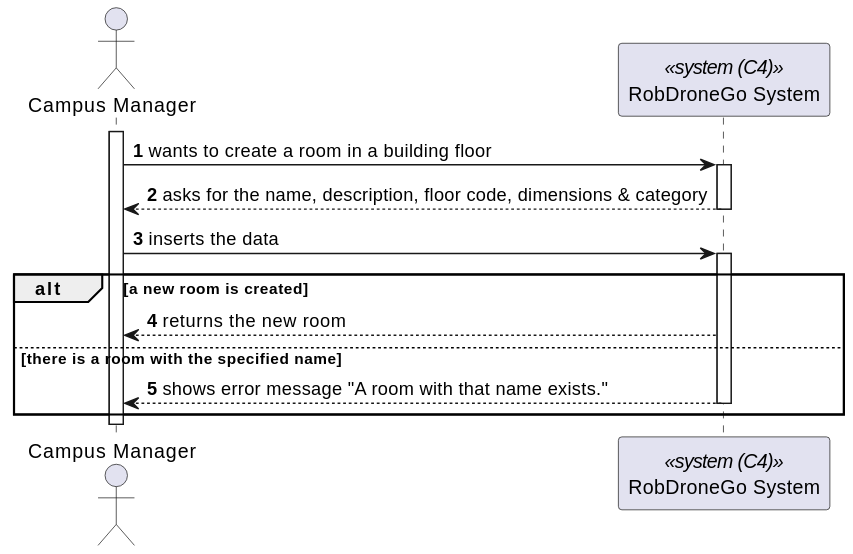
Above: _wiki/sprint-b/us48-1210/views/level-1/assets/process-view.svg in miseEnPlace-dev/lapr5 (PlantUML), before the change.
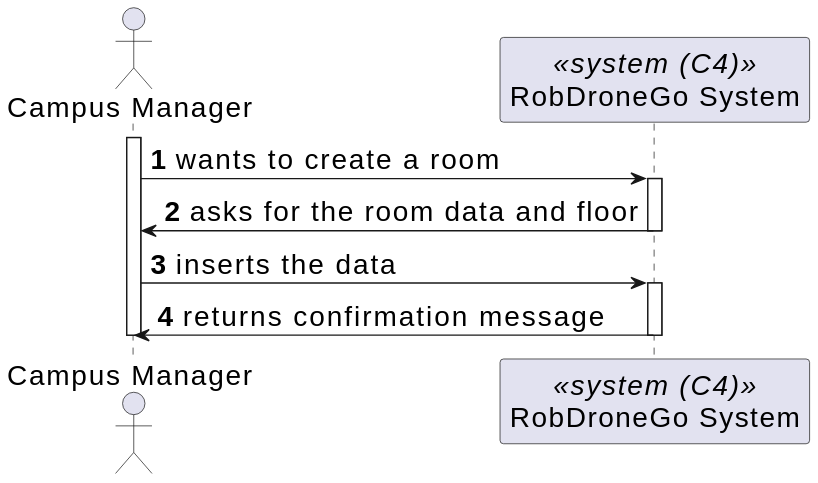
After the change.

Change to the diagram source:
```diff
@@ -1,4 +1,5 @@
-@startuml process-view
+@startuml
+skinparamlocked defaultFontSize 20
 autonumber
 
 actor CM as "Campus Manager"
@@ -6,22 +7,17 @@
 
 activate CM
 
-CM -> SYS : wants to create a room in a building floor
+CM -> SYS : wants to create a room
 activate SYS
 
-CM <-- SYS : asks for the name, description, floor code, dimensions & category
+CM <- SYS : asks for the room data and floor
 deactivate SYS
 
 CM -> SYS : inserts the data
 activate SYS
 
-alt a new room is created
-  CM <-- SYS : returns the new room
-else there is a room with the specified name
-  CM <-- SYS : shows error message "A room with that name exists."
-  deactivate SYS
-end
+CM <- SYS : returns confirmation message
+deactivate SYS
 
 deactivate CM
-
 @enduml
```
